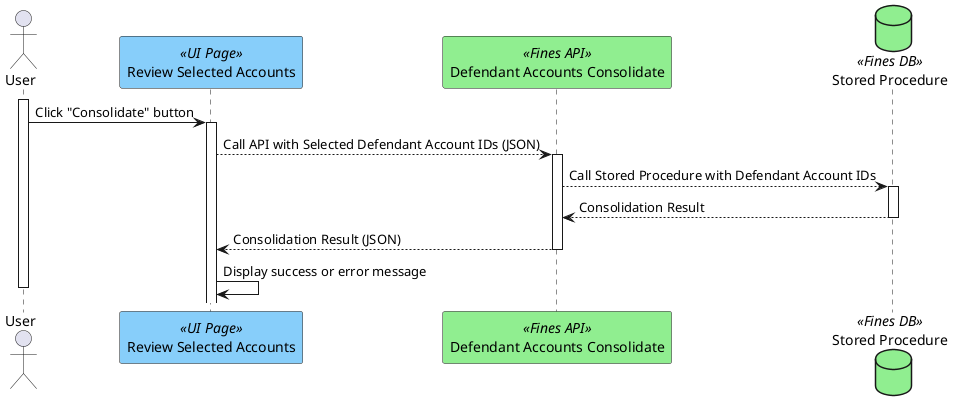
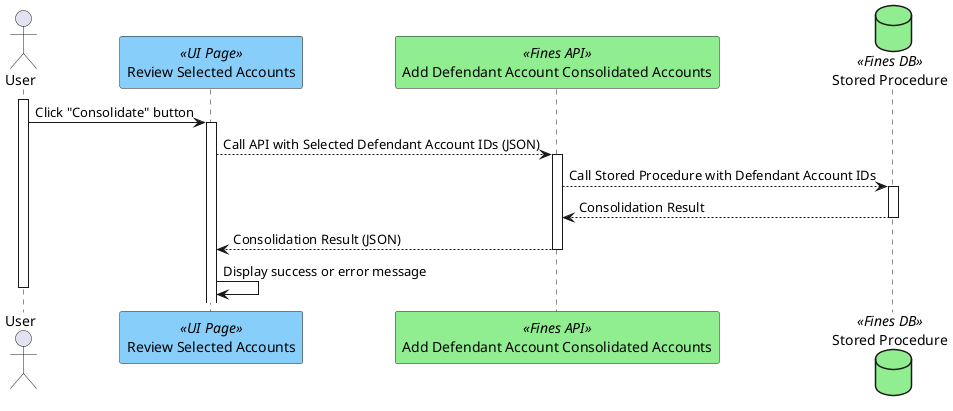
@startuml
actor "User" as user



participant "Review Selected Accounts" as review <<UI Page>> #lightskyblue

- participant "Defendant Accounts Consolidate" as consolidateAPI <<Fines API>> #lightgreen
+ participant "Add Defendant Account Consolidated Accounts" as consolidateAPI <<Fines API>> #lightgreen
database "Stored Procedure" as db <<Fines DB>>#lightgreen

user ++
user -> review ++: Click "Consolidate" button
review --> consolidateAPI ++: Call API with Selected Defendant Account IDs (JSON)
consolidateAPI --> db ++: Call Stored Procedure with Defendant Account IDs
db --> consolidateAPI --: Consolidation Result
consolidateAPI --> review --: Consolidation Result (JSON)
review -> review : Display success or error message
user --
@enduml
